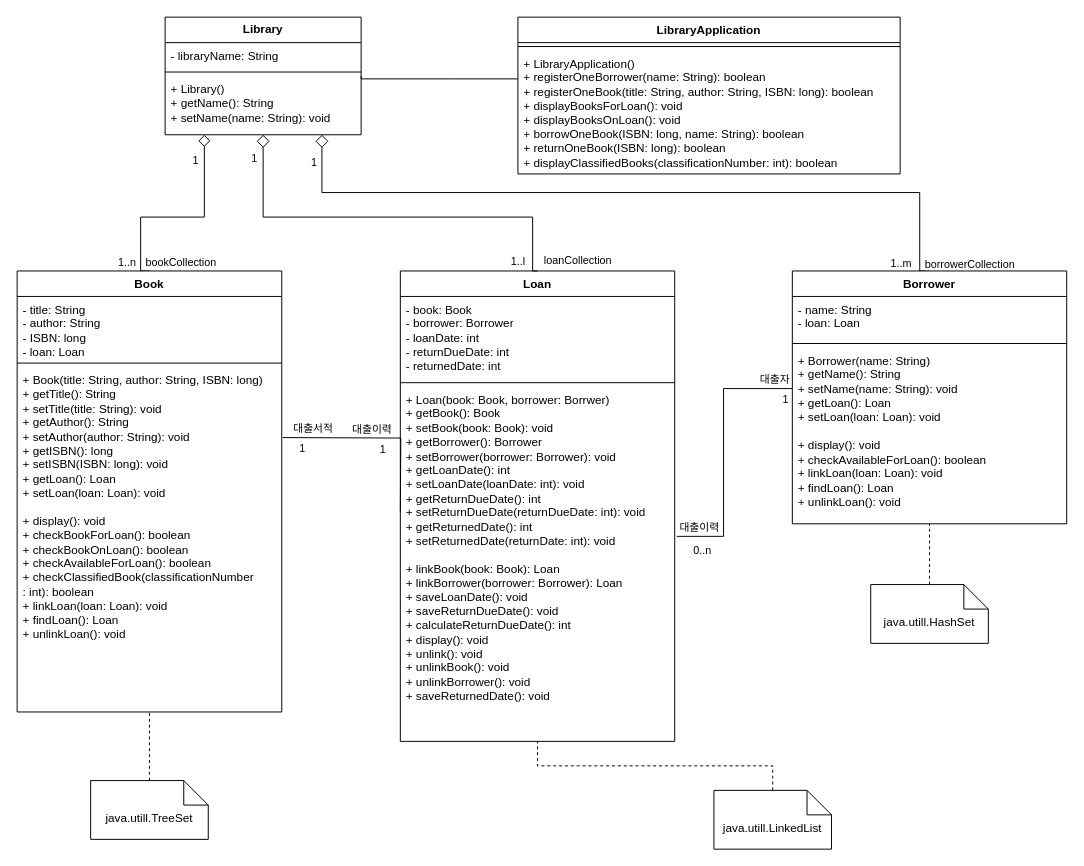
Halozhan/2023-2-LibraryApplication keeps this draw.io diagram as UML/Class Diagram.drawio. Above is the earlier version. Source tidied: cells renumbered, new cells numbered last; positions are measured from the earlier drawing's top-left corner, leaving out a move shared by most shapes. Both pictures are drawn from the tidied source at 98%, with x=0, y=0 at pixel (17, 17).
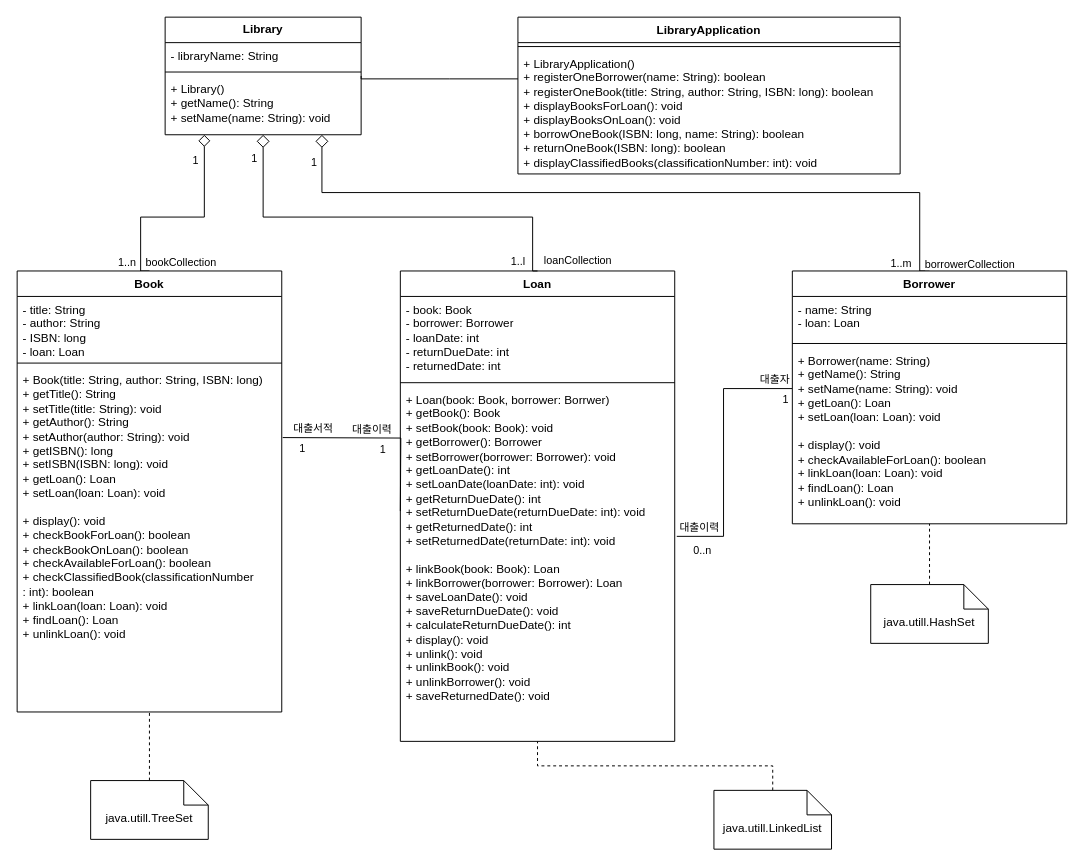
After the change.

Unchanged cells that the change refers to:
```xml
<mxCell id="3" value="LibraryApplication" style="swimlane;fontStyle=1;align=center;verticalAlign=top;horizontal=1;startSize=26;whiteSpace=wrap;html=1;" parent="1" vertex="1">
  <mxGeometry x="511" width="390" height="160" as="geometry" />
</mxCell>
```

Diff of the diagram source:
```diff
@@
-    <mxCell id="5" value="+ LibraryApplication()&lt;br&gt;+ registerOneBorrower(name: String): boolean&lt;br&gt;+ registerOneBook(title: String, author: String, ISBN: long): boolean&lt;br&gt;+ displayBooksForLoan(): void&lt;br&gt;+ displayBooksOnLoan(): void&lt;br&gt;+&amp;nbsp;borrowOneBook(ISBN: long, name: String): boolean&lt;br&gt;+ returnOneBook(ISBN: long): boolean&lt;br&gt;+ displayClassifiedBooks(classificationNumber: int): boolean" style="text;strokeColor=none;fillColor=none;align=left;verticalAlign=top;spacingLeft=4;spacingRight=4;overflow=hidden;whiteSpace=wrap;html=1;" parent="3" vertex="1">
+    <mxCell id="5" value="+ LibraryApplication()&lt;br&gt;+ registerOneBorrower(name: String): boolean&lt;br&gt;+ registerOneBook(title: String, author: String, ISBN: long): boolean&lt;br&gt;+ displayBooksForLoan(): void&lt;br&gt;+ displayBooksOnLoan(): void&lt;br&gt;+&amp;nbsp;borrowOneBook(ISBN: long, name: String): boolean&lt;br&gt;+ returnOneBook(ISBN: long): boolean&lt;br&gt;+ displayClassifiedBooks(classificationNumber: int): void" style="text;strokeColor=none;fillColor=none;align=left;verticalAlign=top;spacingLeft=4;spacingRight=4;overflow=hidden;whiteSpace=wrap;html=1;" parent="3" vertex="1">
       <mxGeometry y="34" width="390" height="126" as="geometry" />
     </mxCell>
```
